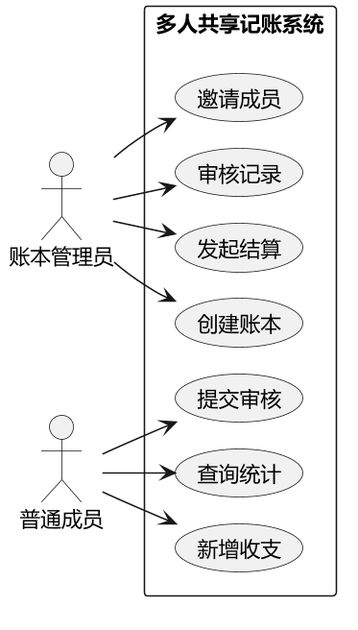
This is lab2/UML/UML用例图.png from 1010-code/lab1-requirements-analysis, a PlantUML export, as it was before one commit. The source it was exported from:
```plantuml
@startuml
!pragma layout smetana
skinparam dpi 150
skinparam defaultFontName "Microsoft YaHei"
skinparam shadowing false
left to right direction

actor "账本管理员" as Admin
actor "普通成员" as Member

rectangle "多人共享记账系统" {
  usecase "创建账本" as UC1
  usecase "邀请成员" as UC2
  usecase "新增收支" as UC3
  usecase "提交审核" as UC4
  usecase "审核记录" as UC5
  usecase "查询统计" as UC6
  usecase "发起结算" as UC7
}

Admin --> UC1
Admin --> UC2
Admin --> UC5
Admin --> UC7
Member --> UC3
Member --> UC4
Member --> UC6
@enduml
```
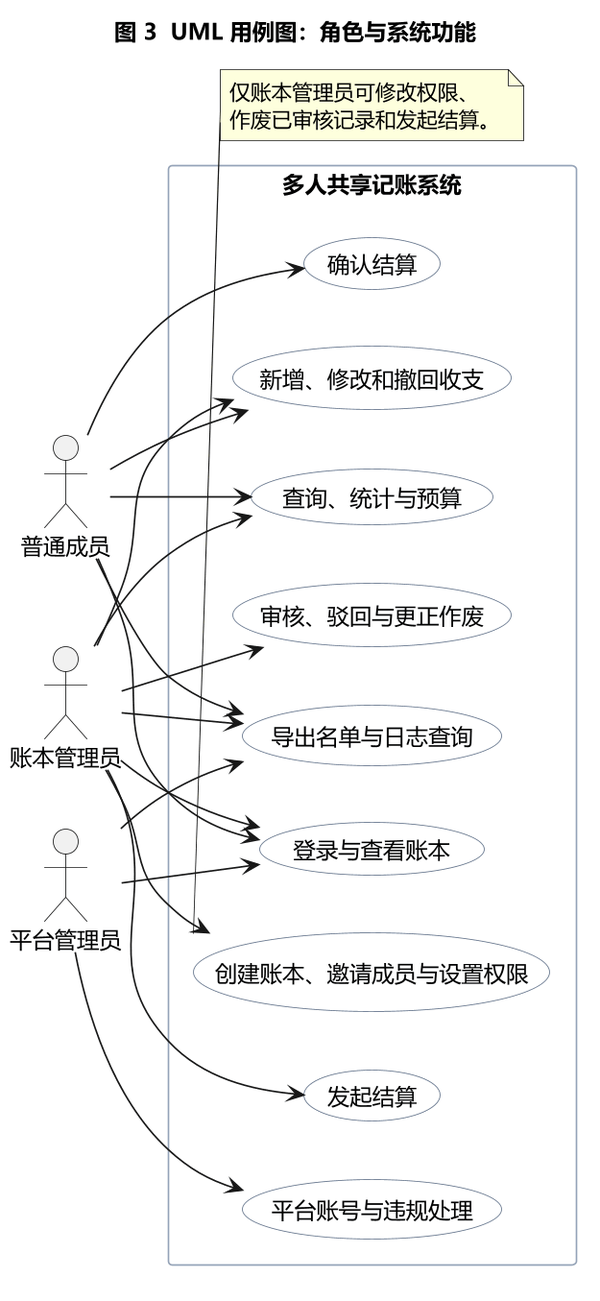
After the change.

Change to the diagram source:
```diff
@@ -1,28 +1,53 @@
 @startuml
 !pragma layout smetana
-skinparam dpi 150
+skinparam dpi 160
 skinparam defaultFontName "Microsoft YaHei"
 skinparam shadowing false
+skinparam packageBorderColor #94A3B8
+skinparam usecaseBackgroundColor #F8FAFC
+skinparam usecaseBorderColor #64748B
+skinparam nodesep 36
+skinparam ranksep 45
 left to right direction
 
-actor "账本管理员" as Admin
+title 图 3  UML 用例图：角色与系统功能
+
 actor "普通成员" as Member
+actor "账本管理员" as LedgerAdmin
+actor "平台管理员" as PlatformAdmin
 
 rectangle "多人共享记账系统" {
-  usecase "创建账本" as UC1
-  usecase "邀请成员" as UC2
-  usecase "新增收支" as UC3
-  usecase "提交审核" as UC4
-  usecase "审核记录" as UC5
-  usecase "查询统计" as UC6
-  usecase "发起结算" as UC7
+  usecase "登录与查看账本" as UC_LOGIN
+  usecase "创建账本、邀请成员与设置权限" as UC_LEDGER
+  usecase "新增、修改和撤回收支" as UC_RECORD
+  usecase "审核、驳回与更正作废" as UC_AUDIT
+  usecase "查询、统计与预算" as UC_QUERY
+  usecase "发起结算" as UC_SETTLE
+  usecase "确认结算" as UC_CONFIRM
+  usecase "导出名单与日志查询" as UC_EXPORT
+  usecase "平台账号与违规处理" as UC_PLATFORM
 }
 
-Admin --> UC1
-Admin --> UC2
-Admin --> UC5
-Admin --> UC7
-Member --> UC3
-Member --> UC4
-Member --> UC6
+Member --> UC_LOGIN
+Member --> UC_RECORD
+Member --> UC_QUERY
+Member --> UC_CONFIRM
+Member --> UC_EXPORT
+
+LedgerAdmin --> UC_LOGIN
+LedgerAdmin --> UC_LEDGER
+LedgerAdmin --> UC_RECORD
+LedgerAdmin --> UC_AUDIT
+LedgerAdmin --> UC_QUERY
+LedgerAdmin --> UC_SETTLE
+LedgerAdmin --> UC_EXPORT
+
+PlatformAdmin --> UC_LOGIN
+PlatformAdmin --> UC_EXPORT
+PlatformAdmin --> UC_PLATFORM
+
+note bottom of UC_LEDGER
+  仅账本管理员可修改权限、
+  作废已审核记录和发起结算。
+end note
 @enduml
```
